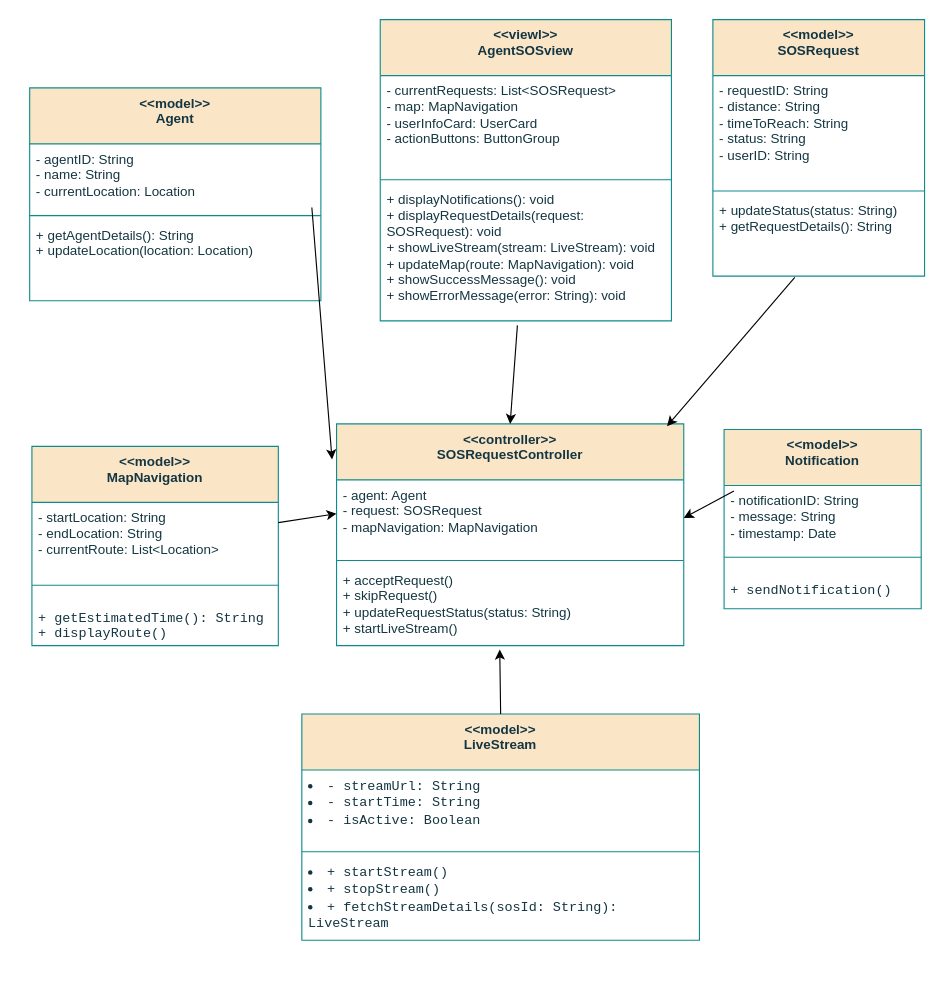
Above: page "16. Agent Notification" (16 of 17) of Untitled Diagram.drawio in TH-014/CSE_326 (draw.io), before the change. Source tidied: cells renumbered, new cells numbered last; positions are measured from the earlier drawing's top-left corner, leaving out a move shared by most shapes. Both pictures are drawn from the tidied source at 112%, with x=0, y=0 at pixel (29, 19).
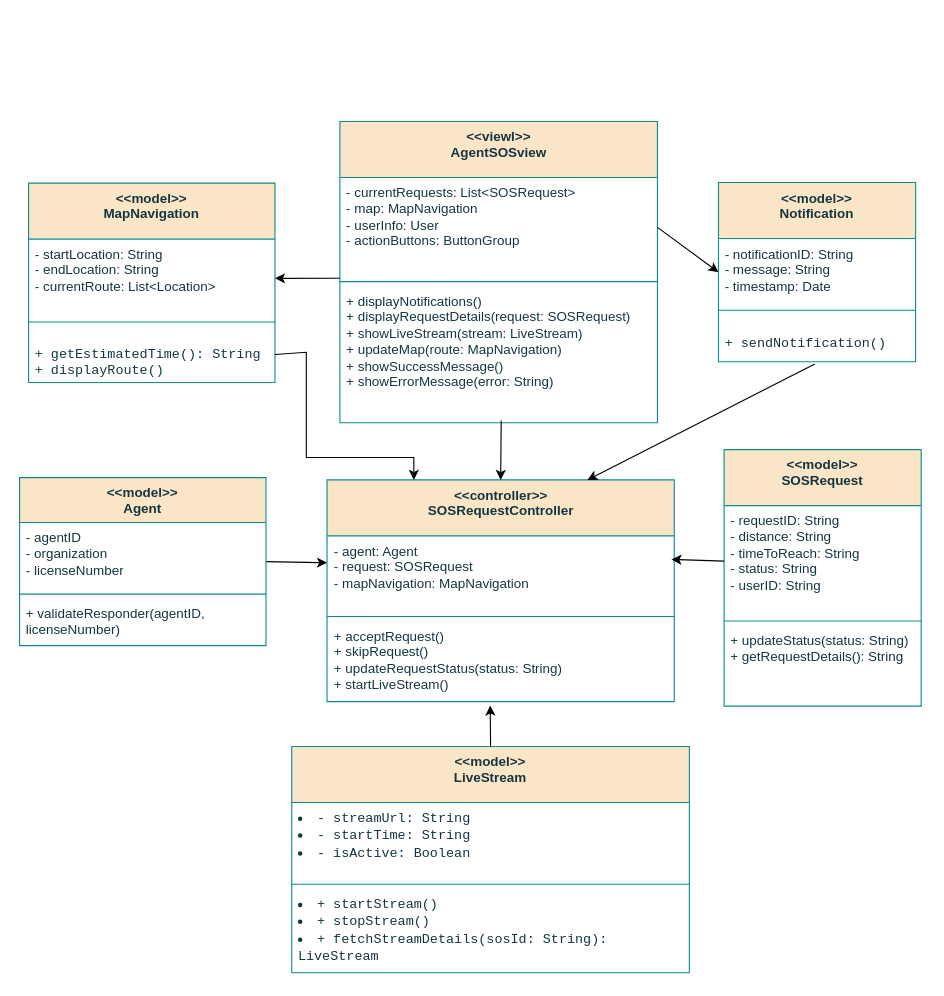
The same page after the edit.

Unchanged cells that the change refers to:
```xml
<mxCell id="3" value="&lt;span class=&quot;hljs-bullet&quot;&gt;-&lt;/span&gt; startLocation: String&lt;br/&gt;&lt;span class=&quot;hljs-bullet&quot;&gt;-&lt;/span&gt; endLocation: String&lt;br/&gt;&lt;span class=&quot;hljs-bullet&quot;&gt;-&lt;/span&gt; currentRoute: List&lt;span class=&quot;xml&quot;&gt;&amp;lt;&lt;span class=&quot;hljs-name&quot;&gt;Location&lt;/span&gt;&amp;gt;&lt;/span&gt;" style="text;strokeColor=none;fillColor=none;align=left;verticalAlign=top;spacingLeft=4;spacingRight=4;overflow=hidden;points=[[0,0.5],[1,0.5]];portConstraint=eastwest;whiteSpace=wrap;html=1;labelBackgroundColor=none;fontColor=#143642;" parent="2" vertex="1">
  <mxGeometry y="50" width="220" height="70" as="geometry" />
</mxCell>
<mxCell id="7" value="&lt;span class=&quot;hljs-bullet&quot;&gt;-&lt;/span&gt; notificationID: String&lt;br/&gt;&lt;span class=&quot;hljs-bullet&quot;&gt;-&lt;/span&gt; message: String&lt;br/&gt;&lt;span class=&quot;hljs-bullet&quot;&gt;-&lt;/span&gt; timestamp: Date" style="text;strokeColor=none;fillColor=none;align=left;verticalAlign=top;spacingLeft=4;spacingRight=4;overflow=hidden;points=[[0,0.5],[1,0.5]];portConstraint=eastwest;whiteSpace=wrap;html=1;labelBackgroundColor=none;fontColor=#143642;" parent="6" vertex="1">
  <mxGeometry y="50" width="176" height="60" as="geometry" />
</mxCell>
<mxCell id="9" value="&lt;pre class=&quot;!overflow-visible&quot;&gt;&lt;div class=&quot;contain-inline-size rounded-md border-[0.5px] border-token-border-medium relative bg-token-sidebar-surface-primary dark:bg-gray-950&quot;&gt;&lt;div dir=&quot;ltr&quot; class=&quot;overflow-y-auto p-4&quot;&gt;&lt;code class=&quot;!whitespace-pre hljs language-markdown&quot;&gt;&lt;span class=&quot;hljs-bullet&quot;&gt;+&lt;/span&gt; sendNotification()&lt;br&gt;&lt;/code&gt;&lt;/div&gt;&lt;/div&gt;&lt;/pre&gt;&lt;h3&gt;&lt;/h3&gt;" style="text;strokeColor=none;fillColor=none;align=left;verticalAlign=top;spacingLeft=4;spacingRight=4;overflow=hidden;points=[[0,0.5],[1,0.5]];portConstraint=eastwest;whiteSpace=wrap;html=1;labelBackgroundColor=none;fontColor=#143642;" parent="6" vertex="1">
  <mxGeometry y="118" width="176" height="42" as="geometry" />
</mxCell>
<mxCell id="19" value="&lt;span class=&quot;hljs-bullet&quot;&gt;-&lt;/span&gt; agent: Agent&lt;br/&gt;&lt;span class=&quot;hljs-bullet&quot;&gt;-&lt;/span&gt; request: SOSRequest&lt;br/&gt;&lt;span class=&quot;hljs-bullet&quot;&gt;-&lt;/span&gt; mapNavigation: MapNavigation&amp;nbsp;" style="text;strokeColor=none;fillColor=none;align=left;verticalAlign=top;spacingLeft=4;spacingRight=4;overflow=hidden;points=[[0,0.5],[1,0.5]];portConstraint=eastwest;whiteSpace=wrap;html=1;labelBackgroundColor=none;fontColor=#143642;" parent="18" vertex="1">
  <mxGeometry y="50" width="310" height="68" as="geometry" />
</mxCell>
```

Change to the diagram source:
```diff
@@
     <mxCell id="2" value="&lt;div&gt;&amp;lt;&amp;lt;model&amp;gt;&amp;gt;&lt;/div&gt;&lt;div&gt;MapNavigation&lt;/div&gt;" style="swimlane;fontStyle=1;align=center;verticalAlign=top;horizontal=1;startSize=50;whiteSpace=wrap;html=1;labelBackgroundColor=none;fillColor=#FAE5C7;strokeColor=#0F8B8D;fontColor=#143642;" parent="1" vertex="1">
-      <mxGeometry x="2" y="381" width="220" height="178" as="geometry" />
+      <mxGeometry x="-1" y="146" width="220" height="178" as="geometry" />
     </mxCell>
@@
-    <mxCell id="5" value="&lt;pre class=&quot;!overflow-visible&quot;&gt;&lt;div class=&quot;contain-inline-size rounded-md border-[0.5px] border-token-border-medium relative bg-token-sidebar-surface-primary dark:bg-gray-950&quot;&gt;&lt;div dir=&quot;ltr&quot; class=&quot;overflow-y-auto p-4&quot;&gt;&lt;code class=&quot;!whitespace-pre hljs language-markdown&quot;&gt;&lt;span class=&quot;hljs-bullet&quot;&gt;+&lt;/span&gt; getEstimatedTime(): String&lt;br&gt;&lt;span class=&quot;hljs-bullet&quot;&gt;+&lt;/span&gt; displayRoute()&lt;br&gt;&lt;/code&gt;&lt;/div&gt;&lt;/div&gt;&lt;/pre&gt;&lt;h3&gt;&lt;/h3&gt;" style="text;strokeColor=none;fillColor=none;align=left;verticalAlign=top;spacingLeft=4;spacingRight=4;overflow=hidden;points=[[0,0.5],[1,0.5]];portConstraint=eastwest;whiteSpace=wrap;html=1;labelBackgroundColor=none;fontColor=#143642;" parent="2" vertex="1">
+    <mxCell id="5" value="&lt;div align=&quot;left&quot;&gt;&lt;pre class=&quot;!overflow-visible&quot;&gt;&lt;div class=&quot;contain-inline-size rounded-md border-[0.5px] border-token-border-medium relative bg-token-sidebar-surface-primary dark:bg-gray-950&quot;&gt;&lt;div dir=&quot;ltr&quot; class=&quot;overflow-y-auto p-4&quot;&gt;&lt;code class=&quot;!whitespace-pre hljs language-markdown&quot;&gt;&lt;span class=&quot;hljs-bullet&quot;&gt;+&lt;/span&gt; getEstimatedTime(): String&lt;br&gt;&lt;span class=&quot;hljs-bullet&quot;&gt;+&lt;/span&gt; displayRoute()&lt;br&gt;&lt;/code&gt;&lt;/div&gt;&lt;/div&gt;&lt;/pre&gt;&lt;/div&gt;&lt;h3 align=&quot;left&quot;&gt;&lt;/h3&gt;" style="text;strokeColor=none;fillColor=none;align=left;verticalAlign=top;spacingLeft=4;spacingRight=4;overflow=hidden;points=[[0,0.5],[1,0.5]];portConstraint=eastwest;whiteSpace=wrap;html=1;labelBackgroundColor=none;fontColor=#143642;" parent="2" vertex="1">
       <mxGeometry y="128" width="220" height="50" as="geometry" />
     </mxCell>
     <mxCell id="6" value="&lt;div&gt;&amp;lt;&amp;lt;model&amp;gt;&amp;gt;&lt;/div&gt;&lt;div&gt;Notification&lt;/div&gt;" style="swimlane;fontStyle=1;align=center;verticalAlign=top;horizontal=1;startSize=50;whiteSpace=wrap;html=1;labelBackgroundColor=none;fillColor=#FAE5C7;strokeColor=#0F8B8D;fontColor=#143642;" parent="1" vertex="1">
-      <mxGeometry x="620" y="366" width="176" height="160" as="geometry" />
+      <mxGeometry x="615" y="145.5" width="176" height="160" as="geometry" />
     </mxCell>
@@
-    <mxCell id="10" value="&lt;div&gt;&amp;lt;&amp;lt;model&amp;gt;&amp;gt;&lt;/div&gt;&lt;div&gt;Agent&lt;/div&gt;" style="swimlane;fontStyle=1;align=center;verticalAlign=top;horizontal=1;startSize=50;whiteSpace=wrap;html=1;labelBackgroundColor=none;fillColor=#FAE5C7;strokeColor=#0F8B8D;fontColor=#143642;" parent="1" vertex="1">
-      <mxGeometry y="61" width="260" height="190" as="geometry" />
-    </mxCell>
-    <mxCell id="11" value="&lt;span class=&quot;hljs-bullet&quot;&gt;-&lt;/span&gt; agentID: String&lt;br/&gt;&lt;span class=&quot;hljs-bullet&quot;&gt;-&lt;/span&gt; name: String&lt;br/&gt;&lt;span class=&quot;hljs-bullet&quot;&gt;-&lt;/span&gt; currentLocation: Location" style="text;strokeColor=none;fillColor=none;align=left;verticalAlign=top;spacingLeft=4;spacingRight=4;overflow=hidden;points=[[0,0.5],[1,0.5]];portConstraint=eastwest;whiteSpace=wrap;html=1;labelBackgroundColor=none;fontColor=#143642;" parent="10" vertex="1">
-      <mxGeometry y="50" width="260" height="60" as="geometry" />
-    </mxCell>
-    <mxCell id="12" style="line;strokeWidth=1;fillColor=none;align=left;verticalAlign=middle;spacingTop=-1;spacingLeft=3;spacingRight=3;labelPosition=right;strokeColor=#0F8B8D;labelBackgroundColor=none;fontColor=#143642;" parent="10" vertex="1">
-      <mxGeometry y="110" width="260" height="8" as="geometry" />
-    </mxCell>
-    <mxCell id="13" value="&lt;span class=&quot;hljs-bullet&quot;&gt;+&lt;/span&gt; getAgentDetails(): String&lt;br/&gt;&lt;span class=&quot;hljs-bullet&quot;&gt;+&lt;/span&gt; updateLocation(location: Location)" style="text;strokeColor=none;fillColor=none;align=left;verticalAlign=top;spacingLeft=4;spacingRight=4;overflow=hidden;whiteSpace=wrap;html=1;labelBackgroundColor=none;fontColor=#143642;" parent="10" vertex="1">
-      <mxGeometry y="118" width="260" height="72" as="geometry" />
-    </mxCell>
-    <mxCell id="14" value="&lt;div&gt;&amp;lt;&amp;lt;model&amp;gt;&amp;gt;&lt;/div&gt;&lt;div&gt;SOSRequest&lt;/div&gt;" style="swimlane;fontStyle=1;align=center;verticalAlign=top;horizontal=1;startSize=50;whiteSpace=wrap;html=1;labelBackgroundColor=none;fillColor=#FAE5C7;strokeColor=#0F8B8D;fontColor=#143642;" parent="1" vertex="1">
-      <mxGeometry x="610" width="189" height="229" as="geometry" />
-    </mxCell>
-    <mxCell id="15" value="&lt;span class=&quot;hljs-bullet&quot;&gt;-&lt;/span&gt; requestID: String&lt;br/&gt;&lt;span class=&quot;hljs-bullet&quot;&gt;-&lt;/span&gt; distance: String&lt;br/&gt;&lt;span class=&quot;hljs-bullet&quot;&gt;-&lt;/span&gt; timeToReach: String&lt;br/&gt;&lt;span class=&quot;hljs-bullet&quot;&gt;-&lt;/span&gt; status: String&lt;br/&gt;&lt;span class=&quot;hljs-bullet&quot;&gt;-&lt;/span&gt; userID: String" style="text;strokeColor=none;fillColor=none;align=left;verticalAlign=top;spacingLeft=4;spacingRight=4;overflow=hidden;points=[[0,0.5],[1,0.5]];portConstraint=eastwest;whiteSpace=wrap;html=1;labelBackgroundColor=none;fontColor=#143642;" parent="14" vertex="1">
-      <mxGeometry y="50" width="189" height="99" as="geometry" />
-    </mxCell>
-    <mxCell id="16" style="line;strokeWidth=1;fillColor=none;align=left;verticalAlign=middle;spacingTop=-1;spacingLeft=3;spacingRight=3;labelPosition=right;strokeColor=#0F8B8D;labelBackgroundColor=none;fontColor=#143642;" parent="14" vertex="1">
-      <mxGeometry y="149" width="189" height="8" as="geometry" />
-    </mxCell>
-    <mxCell id="17" value="&lt;span class=&quot;hljs-bullet&quot;&gt;+&lt;/span&gt; updateStatus(status: String)&lt;br&gt;&lt;span class=&quot;hljs-bullet&quot;&gt;+&lt;/span&gt; getRequestDetails(): String" style="text;strokeColor=none;fillColor=none;align=left;verticalAlign=top;spacingLeft=4;spacingRight=4;overflow=hidden;points=[[0,0.5],[1,0.5]];portConstraint=eastwest;whiteSpace=wrap;html=1;labelBackgroundColor=none;fontColor=#143642;" parent="14" vertex="1">
-      <mxGeometry y="157" width="189" height="72" as="geometry" />
-    </mxCell>
     <mxCell id="18" value="&lt;div&gt;&amp;lt;&amp;lt;controller&amp;gt;&amp;gt;&lt;/div&gt;&lt;div&gt;SOSRequestController&lt;/div&gt;" style="swimlane;fontStyle=1;align=center;verticalAlign=top;horizontal=1;startSize=50;whiteSpace=wrap;html=1;labelBackgroundColor=none;fillColor=#FAE5C7;strokeColor=#0F8B8D;fontColor=#143642;" parent="1" vertex="1">
-      <mxGeometry x="274" y="361" width="310" height="198" as="geometry" />
+      <mxGeometry x="265.5" y="411" width="310" height="198" as="geometry" />
     </mxCell>
@@
     <mxCell id="22" value="&lt;div&gt;&amp;lt;&amp;lt;viewl&amp;gt;&amp;gt;&lt;/div&gt;&lt;div&gt;AgentSOSview&lt;/div&gt;" style="swimlane;fontStyle=1;align=center;verticalAlign=top;horizontal=1;startSize=50;whiteSpace=wrap;html=1;labelBackgroundColor=none;fillColor=#FAE5C7;strokeColor=#0F8B8D;fontColor=#143642;" parent="1" vertex="1">
-      <mxGeometry x="313" width="260" height="269" as="geometry" />
+      <mxGeometry x="277" y="91" width="283.5" height="269" as="geometry" />
     </mxCell>
-    <mxCell id="23" value="&lt;span class=&quot;hljs-bullet&quot;&gt;-&lt;/span&gt; currentRequests: List&lt;span class=&quot;xml&quot;&gt;&amp;lt;&lt;span class=&quot;hljs-name&quot;&gt;SOSRequest&lt;/span&gt;&amp;gt;&lt;/span&gt;&lt;br/&gt;&lt;span class=&quot;hljs-bullet&quot;&gt;-&lt;/span&gt; map: MapNavigation&lt;br/&gt;&lt;span class=&quot;hljs-bullet&quot;&gt;-&lt;/span&gt; userInfoCard: UserCard&lt;br/&gt;&lt;span class=&quot;hljs-bullet&quot;&gt;-&lt;/span&gt; actionButtons: ButtonGroup" style="text;strokeColor=none;fillColor=none;align=left;verticalAlign=top;spacingLeft=4;spacingRight=4;overflow=hidden;points=[[0,0.5],[1,0.5]];portConstraint=eastwest;whiteSpace=wrap;html=1;labelBackgroundColor=none;fontColor=#143642;" parent="22" vertex="1">
-      <mxGeometry y="50" width="260" height="89" as="geometry" />
+    <mxCell id="23" value="&lt;span class=&quot;hljs-bullet&quot;&gt;-&lt;/span&gt; currentRequests: List&lt;span class=&quot;xml&quot;&gt;&amp;lt;&lt;span class=&quot;hljs-name&quot;&gt;SOSRequest&lt;/span&gt;&amp;gt;&lt;/span&gt;&lt;br&gt;&lt;span class=&quot;hljs-bullet&quot;&gt;-&lt;/span&gt; map: MapNavigation&lt;br&gt;&lt;span class=&quot;hljs-bullet&quot;&gt;-&lt;/span&gt; userInfo: User&lt;br&gt;&lt;span class=&quot;hljs-bullet&quot;&gt;-&lt;/span&gt; actionButtons: ButtonGroup" style="text;strokeColor=none;fillColor=none;align=left;verticalAlign=top;spacingLeft=4;spacingRight=4;overflow=hidden;points=[[0,0.5],[1,0.5]];portConstraint=eastwest;whiteSpace=wrap;html=1;labelBackgroundColor=none;fontColor=#143642;" parent="22" vertex="1">
+      <mxGeometry y="50" width="283.5" height="89" as="geometry" />
     </mxCell>
     <mxCell id="24" style="line;strokeWidth=1;fillColor=none;align=left;verticalAlign=middle;spacingTop=-1;spacingLeft=3;spacingRight=3;labelPosition=right;strokeColor=#0F8B8D;labelBackgroundColor=none;fontColor=#143642;" parent="22" vertex="1">
-      <mxGeometry y="139" width="260" height="8" as="geometry" />
+      <mxGeometry y="139" width="283.5" height="8" as="geometry" />
     </mxCell>
-    <mxCell id="25" value="&lt;span class=&quot;hljs-bullet&quot;&gt;+&lt;/span&gt; displayNotifications(): void&lt;br/&gt;&lt;span class=&quot;hljs-bullet&quot;&gt;+&lt;/span&gt; displayRequestDetails(request: SOSRequest): void&lt;br/&gt;&lt;span class=&quot;hljs-bullet&quot;&gt;+&lt;/span&gt; showLiveStream(stream: LiveStream): void&lt;br/&gt;&lt;span class=&quot;hljs-bullet&quot;&gt;+&lt;/span&gt; updateMap(route: MapNavigation): void&lt;br/&gt;&lt;span class=&quot;hljs-bullet&quot;&gt;+&lt;/span&gt; showSuccessMessage(): void&lt;br/&gt;&lt;span class=&quot;hljs-bullet&quot;&gt;+&lt;/span&gt; showErrorMessage(error: String): void" style="text;strokeColor=none;fillColor=none;align=left;verticalAlign=top;spacingLeft=4;spacingRight=4;overflow=hidden;points=[[0,0.5],[1,0.5]];portConstraint=eastwest;whiteSpace=wrap;html=1;labelBackgroundColor=none;fontColor=#143642;" parent="22" vertex="1">
-      <mxGeometry y="147" width="260" height="122" as="geometry" />
+    <mxCell id="25" value="&lt;span class=&quot;hljs-bullet&quot;&gt;+&lt;/span&gt; displayNotifications()&lt;br&gt;&lt;span class=&quot;hljs-bullet&quot;&gt;+&lt;/span&gt; displayRequestDetails(request: SOSRequest)&lt;br&gt;&lt;span class=&quot;hljs-bullet&quot;&gt;+&lt;/span&gt; showLiveStream(stream: LiveStream)&lt;br&gt;&lt;span class=&quot;hljs-bullet&quot;&gt;+&lt;/span&gt; updateMap(route: MapNavigation)&lt;br&gt;&lt;span class=&quot;hljs-bullet&quot;&gt;+&lt;/span&gt; showSuccessMessage()&lt;br&gt;&lt;span class=&quot;hljs-bullet&quot;&gt;+&lt;/span&gt; showErrorMessage(error: String)" style="text;strokeColor=none;fillColor=none;align=left;verticalAlign=top;spacingLeft=4;spacingRight=4;overflow=hidden;points=[[0,0.5],[1,0.5]];portConstraint=eastwest;whiteSpace=wrap;html=1;labelBackgroundColor=none;fontColor=#143642;" parent="22" vertex="1">
+      <mxGeometry y="147" width="283.5" height="122" as="geometry" />
     </mxCell>
-    <mxCell id="26" style="endArrow=classic;html=1;rounded=0;exitX=0.969;exitY=0.947;exitDx=0;exitDy=0;exitPerimeter=0;entryX=-0.013;entryY=0.16;entryDx=0;entryDy=0;entryPerimeter=0;" parent="1" edge="1" source="11" target="18">
+    <mxCell id="26" style="endArrow=classic;html=1;rounded=0;exitX=1;exitY=0.5;exitDx=0;exitDy=0;entryX=0;entryY=0.353;entryDx=0;entryDy=0;entryPerimeter=0;" parent="1" edge="1" source="10" target="19">
       <mxGeometry relative="1" as="geometry" />
     </mxCell>
-    <mxCell id="27" style="endArrow=classic;html=1;rounded=0;entryX=0;entryY=0.443;entryDx=0;entryDy=0;entryPerimeter=0;" parent="1" edge="1" source="3" target="19">
-      <mxGeometry relative="1" as="geometry" />
+    <mxCell id="27" style="endArrow=classic;html=1;rounded=0;entryX=0.25;entryY=0;entryDx=0;entryDy=0;exitX=1;exitY=0.5;exitDx=0;exitDy=0;" parent="1" edge="1" source="5" target="18">
+      <mxGeometry relative="1" as="geometry">
+        <Array as="points">
+          <mxPoint x="247" y="297" />
+          <mxPoint x="247" y="391" />
+          <mxPoint x="343" y="391" />
+        </Array>
+      </mxGeometry>
     </mxCell>
-    <mxCell id="28" style="endArrow=classic;html=1;rounded=0;exitX=0.387;exitY=1.017;exitDx=0;exitDy=0;exitPerimeter=0;entryX=0.952;entryY=0.01;entryDx=0;entryDy=0;entryPerimeter=0;" parent="1" edge="1" source="17" target="18">
-      <mxGeometry relative="1" as="geometry" />
-    </mxCell>
-    <mxCell id="29" style="endArrow=classic;html=1;rounded=0;exitX=0.471;exitY=1.033;exitDx=0;exitDy=0;exitPerimeter=0;entryX=0.5;entryY=0;entryDx=0;entryDy=0;" parent="1" edge="1" source="25" target="18">
+    <mxCell id="29" style="endArrow=classic;html=1;rounded=0;exitX=0.508;exitY=0.984;exitDx=0;exitDy=0;exitPerimeter=0;entryX=0.5;entryY=0;entryDx=0;entryDy=0;" parent="1" edge="1" source="25" target="18">
       <mxGeometry relative="1" as="geometry" />
     </mxCell>
-    <mxCell id="30" style="endArrow=classic;html=1;rounded=0;exitX=0.05;exitY=0.08;exitDx=0;exitDy=0;exitPerimeter=0;entryX=1;entryY=0.5;entryDx=0;entryDy=0;" parent="1" edge="1" source="7" target="19">
-      <mxGeometry relative="1" as="geometry" />
-    </mxCell>
     <mxCell id="31" value="&lt;div&gt;&amp;lt;&amp;lt;model&amp;gt;&amp;gt;&lt;/div&gt;&lt;div&gt; LiveStream&lt;/div&gt;" style="swimlane;fontStyle=1;align=center;verticalAlign=top;horizontal=1;startSize=50;whiteSpace=wrap;html=1;strokeColor=#0F8B8D;fontColor=#143642;fillColor=#FAE5C7;" parent="1" vertex="1">
-      <mxGeometry x="243" y="620" width="355" height="202" as="geometry" />
+      <mxGeometry x="234" y="649" width="355" height="202" as="geometry" />
     </mxCell>
@@
+    <mxCell id="10" value="&amp;lt;&amp;lt;model&amp;gt;&amp;gt;&lt;br&gt;Agent" style="swimlane;fontStyle=1;align=center;verticalAlign=top;horizontal=1;startSize=40;whiteSpace=wrap;html=1;labelBackgroundColor=none;fillColor=#FAE5C7;strokeColor=#0F8B8D;fontColor=#143642;" parent="1" vertex="1">
+      <mxGeometry x="-9" y="409" width="220" height="150" as="geometry" />
+    </mxCell>
+    <mxCell id="36" value="&lt;font style=&quot;font-size: 12px;&quot;&gt;- agentID&lt;/font&gt;&lt;div&gt;&lt;font style=&quot;font-size: 12px;&quot;&gt;- organization&lt;/font&gt;&lt;/div&gt;&lt;div&gt;&lt;font style=&quot;font-size: 12px;&quot;&gt;- licenseNumber&lt;/font&gt;&lt;/div&gt;" style="text;strokeColor=none;fillColor=none;align=left;verticalAlign=top;spacingLeft=4;spacingRight=4;overflow=hidden;whiteSpace=wrap;html=1;labelBackgroundColor=none;fontColor=#143642;" parent="10" vertex="1">
+      <mxGeometry y="40" width="220" height="60" as="geometry" />
+    </mxCell>
+    <mxCell id="37" style="line;strokeWidth=1;fillColor=none;align=left;verticalAlign=middle;spacingTop=-1;spacingLeft=3;spacingRight=3;labelPosition=right;strokeColor=#0F8B8D;labelBackgroundColor=none;fontColor=#143642;" parent="10" vertex="1">
+      <mxGeometry y="100" width="220" as="geometry" />
+    </mxCell>
+    <mxCell id="38" style="line;strokeWidth=1;fillColor=none;align=left;verticalAlign=middle;spacingTop=-1;spacingLeft=3;spacingRight=3;labelPosition=right;strokeColor=#0F8B8D;labelBackgroundColor=none;fontColor=#143642;" parent="10" vertex="1">
+      <mxGeometry y="100" width="220" height="8" as="geometry" />
+    </mxCell>
+    <mxCell id="39" value="&lt;div&gt;&lt;font style=&quot;font-size: 12px;&quot;&gt;+ validateResponder(agentID, licenseNumber)&lt;/font&gt;&lt;/div&gt;" style="text;strokeColor=none;fillColor=none;align=left;verticalAlign=top;spacingLeft=4;spacingRight=4;overflow=hidden;whiteSpace=wrap;html=1;labelBackgroundColor=none;fontColor=#143642;" parent="10" vertex="1">
+      <mxGeometry y="108" width="220" height="42" as="geometry" />
+    </mxCell>
+    <mxCell id="40" style="endArrow=classic;html=1;rounded=0;entryX=1;entryY=0.5;entryDx=0;entryDy=0;exitX=0;exitY=1.011;exitDx=0;exitDy=0;exitPerimeter=0;" parent="1" edge="1" source="23" target="3">
+      <mxGeometry relative="1" as="geometry" />
+    </mxCell>
+    <mxCell id="14" value="&lt;div&gt;&amp;lt;&amp;lt;model&amp;gt;&amp;gt;&lt;/div&gt;&lt;div&gt;SOSRequest&lt;/div&gt;" style="swimlane;fontStyle=1;align=center;verticalAlign=top;horizontal=1;startSize=50;whiteSpace=wrap;html=1;labelBackgroundColor=none;fillColor=#FAE5C7;strokeColor=#0F8B8D;fontColor=#143642;" parent="1" vertex="1">
+      <mxGeometry x="620" y="384" width="176" height="229" as="geometry" />
+    </mxCell>
+    <mxCell id="15" value="&lt;span class=&quot;hljs-bullet&quot;&gt;-&lt;/span&gt; requestID: String&lt;br/&gt;&lt;span class=&quot;hljs-bullet&quot;&gt;-&lt;/span&gt; distance: String&lt;br/&gt;&lt;span class=&quot;hljs-bullet&quot;&gt;-&lt;/span&gt; timeToReach: String&lt;br/&gt;&lt;span class=&quot;hljs-bullet&quot;&gt;-&lt;/span&gt; status: String&lt;br/&gt;&lt;span class=&quot;hljs-bullet&quot;&gt;-&lt;/span&gt; userID: String" style="text;strokeColor=none;fillColor=none;align=left;verticalAlign=top;spacingLeft=4;spacingRight=4;overflow=hidden;points=[[0,0.5],[1,0.5]];portConstraint=eastwest;whiteSpace=wrap;html=1;labelBackgroundColor=none;fontColor=#143642;" parent="14" vertex="1">
+      <mxGeometry y="50" width="176" height="99" as="geometry" />
+    </mxCell>
+    <mxCell id="16" style="line;strokeWidth=1;fillColor=none;align=left;verticalAlign=middle;spacingTop=-1;spacingLeft=3;spacingRight=3;labelPosition=right;strokeColor=#0F8B8D;labelBackgroundColor=none;fontColor=#143642;" parent="14" vertex="1">
+      <mxGeometry y="149" width="176" height="8" as="geometry" />
+    </mxCell>
+    <mxCell id="17" value="&lt;span class=&quot;hljs-bullet&quot;&gt;+&lt;/span&gt; updateStatus(status: String)&lt;br&gt;&lt;span class=&quot;hljs-bullet&quot;&gt;+&lt;/span&gt; getRequestDetails(): String" style="text;strokeColor=none;fillColor=none;align=left;verticalAlign=top;spacingLeft=4;spacingRight=4;overflow=hidden;points=[[0,0.5],[1,0.5]];portConstraint=eastwest;whiteSpace=wrap;html=1;labelBackgroundColor=none;fontColor=#143642;" parent="14" vertex="1">
+      <mxGeometry y="157" width="176" height="72" as="geometry" />
+    </mxCell>
+    <mxCell id="41" style="endArrow=classic;html=1;rounded=0;exitX=1;exitY=0.5;exitDx=0;exitDy=0;entryX=0;entryY=0.5;entryDx=0;entryDy=0;" parent="1" edge="1" source="23" target="7">
+      <mxGeometry relative="1" as="geometry" />
+    </mxCell>
+    <mxCell id="42" style="endArrow=classic;html=1;rounded=0;exitX=0.489;exitY=1.048;exitDx=0;exitDy=0;exitPerimeter=0;entryX=0.75;entryY=0;entryDx=0;entryDy=0;" parent="1" edge="1" source="9" target="18">
+      <mxGeometry relative="1" as="geometry" />
+    </mxCell>
+    <mxCell id="43" style="endArrow=classic;html=1;rounded=0;exitX=0;exitY=0.5;exitDx=0;exitDy=0;entryX=0.992;entryY=0.309;entryDx=0;entryDy=0;entryPerimeter=0;" parent="1" edge="1" source="15" target="19">
+      <mxGeometry relative="1" as="geometry" />
+    </mxCell>
```
